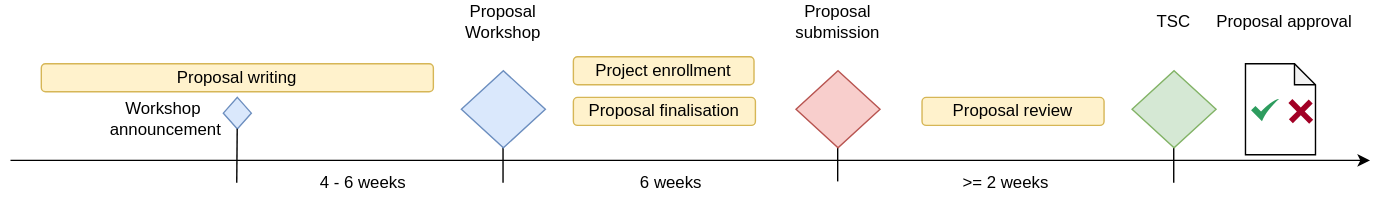
This is asamprojectguide/latest/compendium/_images/asam/proposal_phase_timeline.drawio.svg from asam-ev/asam-project-guide, a draw.io export, as it was before one commit. Source tidied: cells renumbered, new cells last; positions are measured from the earlier drawing's top-left corner, leaving out a move shared by most shapes. The source it was exported from:
```xml
<mxGraphModel>
  <root>
    <mxCell id="0" />
    <mxCell id="1" parent="0" />
    <mxCell id="2" value="Proposal writing" style="rounded=1;whiteSpace=wrap;html=1;fillColor=#fff2cc;strokeColor=#d6b656;fontColor=#000000;" parent="1" vertex="1">
      <mxGeometry x="22" y="45" width="280" height="20" as="geometry" />
    </mxCell>
    <mxCell id="3" style="endArrow=none;html=1;strokeColor=#000000;" parent="1" edge="1">
      <mxGeometry relative="1" as="geometry">
        <mxPoint x="351.8" y="130" as="sourcePoint" />
        <mxPoint x="351.8" y="80" as="targetPoint" />
      </mxGeometry>
    </mxCell>
    <mxCell id="4" value="Proposal finalisation" style="rounded=1;whiteSpace=wrap;html=1;fillColor=#fff2cc;strokeColor=#d6b656;fontColor=#000000;" parent="1" vertex="1">
      <mxGeometry x="402" y="69" width="130" height="20" as="geometry" />
    </mxCell>
    <mxCell id="5" value="6 weeks" style="text;html=1;strokeColor=none;fillColor=none;align=center;verticalAlign=middle;whiteSpace=wrap;rounded=0;fontColor=#000000;" parent="1" vertex="1">
      <mxGeometry x="422" y="115" width="100" height="30" as="geometry" />
    </mxCell>
    <mxCell id="6" style="endArrow=none;html=1;strokeColor=#000000;" parent="1" edge="1">
      <mxGeometry relative="1" as="geometry">
        <mxPoint x="590.8" y="129" as="sourcePoint" />
        <mxPoint x="590.8" y="79" as="targetPoint" />
      </mxGeometry>
    </mxCell>
    <mxCell id="7" style="rhombus;whiteSpace=wrap;html=1;fillColor=#dae8fc;strokeColor=#6c8ebf;" parent="1" vertex="1">
      <mxGeometry x="322" y="50" width="60" height="55" as="geometry" />
    </mxCell>
    <mxCell id="8" value="Proposal Workshop" style="text;html=1;strokeColor=none;fillColor=none;align=center;verticalAlign=middle;whiteSpace=wrap;rounded=0;fontColor=#000000;" parent="1" vertex="1">
      <mxGeometry x="302" width="100" height="30" as="geometry" />
    </mxCell>
    <mxCell id="9" value="TSC" style="text;html=1;strokeColor=none;fillColor=none;align=center;verticalAlign=middle;whiteSpace=wrap;rounded=0;fontColor=#000000;" parent="1" vertex="1">
      <mxGeometry x="781" width="100" height="30" as="geometry" />
    </mxCell>
    <mxCell id="10" value="Project enrollment" style="rounded=1;whiteSpace=wrap;html=1;fillColor=#fff2cc;strokeColor=#d6b656;fontColor=#000000;" parent="1" vertex="1">
      <mxGeometry x="402" y="40" width="129" height="20" as="geometry" />
    </mxCell>
    <mxCell id="11" value="Workshop&amp;nbsp;&lt;br&gt;announcement" style="text;html=1;strokeColor=none;fillColor=none;align=center;verticalAlign=middle;whiteSpace=wrap;rounded=0;fontColor=#000000;" parent="1" vertex="1">
      <mxGeometry x="61" y="69" width="100" height="30" as="geometry" />
    </mxCell>
    <mxCell id="12" value="Proposal approval" style="text;html=1;strokeColor=none;fillColor=none;align=center;verticalAlign=middle;whiteSpace=wrap;rounded=0;fontColor=#000000;" parent="1" vertex="1">
      <mxGeometry x="860" width="100" height="30" as="geometry" />
    </mxCell>
    <mxCell id="13" style="group;" parent="1" vertex="1">
      <mxGeometry x="882" y="45" width="54" height="65" as="geometry" />
    </mxCell>
    <mxCell id="14" style="shape=note;whiteSpace=wrap;html=1;backgroundOutline=1;darkOpacity=0.05;fontColor=#000000;size=15;strokeColor=#000000;" parent="13" vertex="1">
      <mxGeometry width="50" height="65" as="geometry" />
    </mxCell>
    <mxCell id="15" style="sketch=0;html=1;strokeColor=none;shadow=0;align=center;verticalAlign=top;fillColor=#2D9C5E;shape=mxgraph.gcp2.check;fontColor=#000000;" parent="13" vertex="1">
      <mxGeometry x="4" y="25" width="20" height="16" as="geometry" />
    </mxCell>
    <mxCell id="16" style="shape=cross;whiteSpace=wrap;html=1;fontColor=#ffffff;rotation=45;fillColor=#a20025;strokeColor=none;" parent="13" vertex="1">
      <mxGeometry x="29" y="24" width="21" height="20" as="geometry" />
    </mxCell>
    <mxCell id="17" style="edgeStyle=none;html=1;exitX=0;exitY=0;exitDx=12.5;exitDy=20;exitPerimeter=0;entryX=0.574;entryY=1.034;entryDx=0;entryDy=0;entryPerimeter=0;fontColor=#000000;strokeColor=#000000;" parent="13" edge="1" source="16" target="16">
      <mxGeometry relative="1" as="geometry" />
    </mxCell>
    <mxCell id="18" style="endArrow=classic;html=1;strokeColor=#000000;" parent="1" edge="1">
      <mxGeometry relative="1" as="geometry">
        <mxPoint y="114" as="sourcePoint" />
        <mxPoint x="971" y="114" as="targetPoint" />
      </mxGeometry>
    </mxCell>
    <mxCell id="19" style="endArrow=none;html=1;strokeColor=#000000;" parent="1" edge="1">
      <mxGeometry relative="1" as="geometry">
        <mxPoint x="830.8" y="130" as="sourcePoint" />
        <mxPoint x="830.8" y="80" as="targetPoint" />
      </mxGeometry>
    </mxCell>
    <mxCell id="20" value="Proposal review" style="rounded=1;whiteSpace=wrap;html=1;fillColor=#fff2cc;strokeColor=#d6b656;fontColor=#000000;" parent="1" vertex="1">
      <mxGeometry x="651" y="69" width="130" height="20" as="geometry" />
    </mxCell>
    <mxCell id="21" style="rhombus;whiteSpace=wrap;html=1;fillColor=#f8cecc;strokeColor=#b85450;" parent="1" vertex="1">
      <mxGeometry x="561" y="50" width="60" height="55" as="geometry" />
    </mxCell>
    <mxCell id="22" value="Proposal submission" style="text;html=1;strokeColor=none;fillColor=none;align=center;verticalAlign=middle;whiteSpace=wrap;rounded=0;fontColor=#000000;" parent="1" vertex="1">
      <mxGeometry x="541" width="100" height="30" as="geometry" />
    </mxCell>
    <mxCell id="23" value="&amp;gt;= 2 weeks" style="text;html=1;strokeColor=none;fillColor=none;align=center;verticalAlign=middle;whiteSpace=wrap;rounded=0;fontColor=#000000;" parent="1" vertex="1">
      <mxGeometry x="661" y="115" width="100" height="30" as="geometry" />
    </mxCell>
    <mxCell id="24" value="4 - 6 weeks" style="text;html=1;strokeColor=none;fillColor=none;align=center;verticalAlign=middle;whiteSpace=wrap;rounded=0;fontColor=#000000;" parent="1" vertex="1">
      <mxGeometry x="202" y="115" width="100" height="30" as="geometry" />
    </mxCell>
    <mxCell id="25" style="endArrow=none;html=1;strokeColor=#000000;startArrow=none;" parent="1" edge="1" source="26">
      <mxGeometry relative="1" as="geometry">
        <mxPoint x="161.6" y="80" as="targetPoint" />
      </mxGeometry>
    </mxCell>
    <mxCell id="26" style="rhombus;whiteSpace=wrap;html=1;fillColor=#dae8fc;strokeColor=#6c8ebf;" parent="1" vertex="1">
      <mxGeometry x="152" y="69" width="20" height="22.5" as="geometry" />
    </mxCell>
    <mxCell id="27" style="endArrow=none;html=1;strokeColor=#000000;" parent="1" edge="1" target="26">
      <mxGeometry relative="1" as="geometry">
        <mxPoint x="161.6" y="130" as="sourcePoint" />
      </mxGeometry>
    </mxCell>
    <mxCell id="28" style="rhombus;whiteSpace=wrap;html=1;fillColor=#d5e8d4;strokeColor=#82b366;" parent="1" vertex="1">
      <mxGeometry x="801" y="50" width="60" height="55" as="geometry" />
    </mxCell>
  </root>
</mxGraphModel>
```
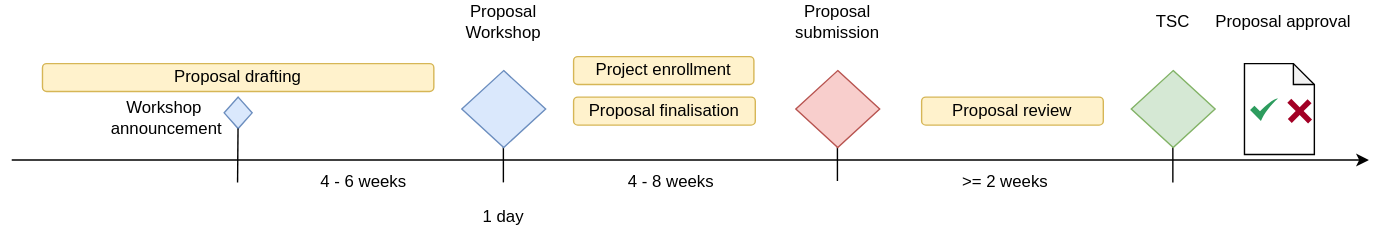
The same diagram one commit later.

What changed in the source:
```diff
@@ -2,7 +2,7 @@
   <root>
     <mxCell id="0" />
     <mxCell id="1" parent="0" />
-    <mxCell id="2" value="Proposal writing" style="rounded=1;whiteSpace=wrap;html=1;fillColor=#fff2cc;strokeColor=#d6b656;fontColor=#000000;" parent="1" vertex="1">
+    <mxCell id="2" value="Proposal drafting" style="rounded=1;whiteSpace=wrap;html=1;fillColor=#fff2cc;strokeColor=#d6b656;fontColor=#000000;" parent="1" vertex="1">
       <mxGeometry x="22" y="45" width="280" height="20" as="geometry" />
     </mxCell>
     <mxCell id="3" style="endArrow=none;html=1;strokeColor=#000000;" parent="1" edge="1">
@@ -14,7 +14,7 @@
     <mxCell id="4" value="Proposal finalisation" style="rounded=1;whiteSpace=wrap;html=1;fillColor=#fff2cc;strokeColor=#d6b656;fontColor=#000000;" parent="1" vertex="1">
       <mxGeometry x="402" y="69" width="130" height="20" as="geometry" />
     </mxCell>
-    <mxCell id="5" value="6 weeks" style="text;html=1;strokeColor=none;fillColor=none;align=center;verticalAlign=middle;whiteSpace=wrap;rounded=0;fontColor=#000000;" parent="1" vertex="1">
+    <mxCell id="5" value="4 - 8 weeks" style="text;html=1;strokeColor=none;fillColor=none;align=center;verticalAlign=middle;whiteSpace=wrap;rounded=0;fontColor=#000000;" parent="1" vertex="1">
       <mxGeometry x="422" y="115" width="100" height="30" as="geometry" />
     </mxCell>
     <mxCell id="6" style="endArrow=none;html=1;strokeColor=#000000;" parent="1" edge="1">
@@ -99,5 +99,8 @@
     <mxCell id="28" style="rhombus;whiteSpace=wrap;html=1;fillColor=#d5e8d4;strokeColor=#82b366;" parent="1" vertex="1">
       <mxGeometry x="801" y="50" width="60" height="55" as="geometry" />
     </mxCell>
+    <mxCell id="29" value="1 day" style="text;html=1;strokeColor=none;fillColor=none;align=center;verticalAlign=middle;whiteSpace=wrap;rounded=0;fontColor=#000000;" parent="1" vertex="1">
+      <mxGeometry x="302" y="140" width="100" height="30" as="geometry" />
+    </mxCell>
   </root>
 </mxGraphModel>
```
